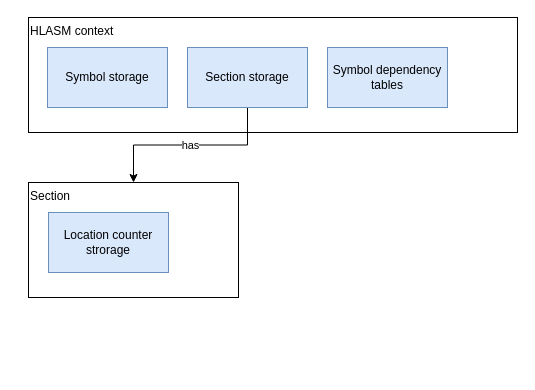
Earlier version of the draw.io diagram documentation/img/ord_ctx_arch.drawio (michalbali256/HlasmPlugin-docs). Source tidied: cells renumbered, new cells numbered last; positions are measured from the earlier drawing's top-left corner, leaving out a move shared by most shapes. Both pictures are drawn from the tidied source at 100%, with x=0, y=0 at pixel (28, 17).
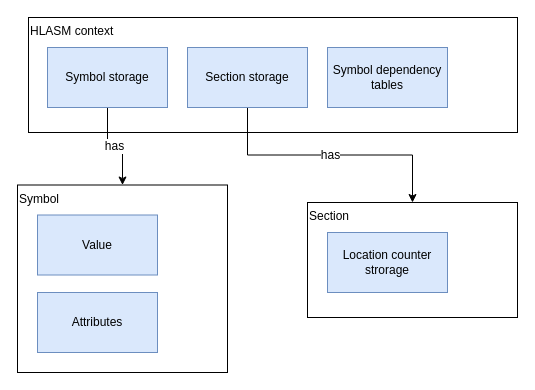
The same page after the edit.

Diff of the diagram source:
```diff
@@
 <mxGraphModel>
   <root>
     <mxCell id="0" />
     <mxCell id="1" parent="0" />
     <mxCell id="2" value="Section" style="rounded=0;whiteSpace=wrap;html=1;flipV=0;flipH=1;direction=east;verticalAlign=top;align=left;" parent="1" vertex="1">
-      <mxGeometry y="165" width="210" height="115" as="geometry" />
+      <mxGeometry x="279" y="185" width="210" height="115" as="geometry" />
     </mxCell>
     <mxCell id="3" value="HLASM context" style="rounded=0;whiteSpace=wrap;html=1;flipV=0;flipH=1;direction=east;verticalAlign=top;align=left;" parent="1" vertex="1">
       <mxGeometry width="489" height="115" as="geometry" />
     </mxCell>
+    <mxCell id="9" value="has" style="edgeStyle=orthogonalEdgeStyle;rounded=0;jettySize=auto;html=1;fontSize=12;" parent="1" edge="1" source="4" target="10">
+      <mxGeometry relative="1" as="geometry" />
+    </mxCell>
     <mxCell id="4" value="Symbol storage" style="rounded=0;whiteSpace=wrap;html=1;flipV=0;flipH=1;direction=east;verticalAlign=middle;fillColor=#dae8fc;strokeColor=#6c8ebf;" parent="1" vertex="1">
       <mxGeometry x="19" y="30" width="120" height="60" as="geometry" />
     </mxCell>
-    <mxCell id="5" value="has" style="edgeStyle=orthogonalEdgeStyle;rounded=0;jettySize=auto;html=1;entryX=0.5;entryY=0;entryDx=0;entryDy=0;" parent="1" edge="1" source="6" target="2">
+    <mxCell id="5" value="has" style="edgeStyle=orthogonalEdgeStyle;rounded=0;jettySize=auto;html=1;entryX=0.5;entryY=0;entryDx=0;entryDy=0;fontSize=12;" parent="1" edge="1" source="6" target="2">
       <mxGeometry relative="1" as="geometry" />
     </mxCell>
     <mxCell id="6" value="Section storage" style="rounded=0;whiteSpace=wrap;html=1;flipV=0;flipH=1;direction=east;verticalAlign=middle;fillColor=#dae8fc;strokeColor=#6c8ebf;" parent="1" vertex="1">
       <mxGeometry x="159" y="30" width="120" height="60" as="geometry" />
     </mxCell>
     <mxCell id="7" value="Symbol dependency tables" style="rounded=0;whiteSpace=wrap;html=1;flipV=0;flipH=1;direction=east;verticalAlign=middle;fillColor=#dae8fc;strokeColor=#6c8ebf;" parent="1" vertex="1">
       <mxGeometry x="299" y="30" width="120" height="60" as="geometry" />
     </mxCell>
     <mxCell id="8" value="Location counter strorage" style="rounded=0;whiteSpace=wrap;html=1;flipV=0;flipH=1;direction=east;verticalAlign=middle;fillColor=#dae8fc;strokeColor=#6c8ebf;" parent="1" vertex="1">
-      <mxGeometry x="20" y="195" width="120" height="60" as="geometry" />
+      <mxGeometry x="299" y="215" width="120" height="60" as="geometry" />
     </mxCell>
+    <mxCell id="10" value="Symbol" style="rounded=0;whiteSpace=wrap;html=1;flipV=0;flipH=1;direction=east;verticalAlign=top;align=left;" parent="1" vertex="1">
+      <mxGeometry x="-11" y="167.5" width="210" height="187.5" as="geometry" />
+    </mxCell>
+    <mxCell id="11" value="Value" style="rounded=0;whiteSpace=wrap;html=1;flipV=0;flipH=1;direction=east;verticalAlign=middle;fillColor=#dae8fc;strokeColor=#6c8ebf;" parent="1" vertex="1">
+      <mxGeometry x="9" y="197.5" width="120" height="60" as="geometry" />
+    </mxCell>
+    <mxCell id="12" value="Attributes" style="rounded=0;whiteSpace=wrap;html=1;flipV=0;flipH=1;direction=east;verticalAlign=middle;fillColor=#dae8fc;strokeColor=#6c8ebf;" parent="1" vertex="1">
+      <mxGeometry x="9" y="275" width="120" height="60" as="geometry" />
+    </mxCell>
   </root>
 </mxGraphModel>
```
